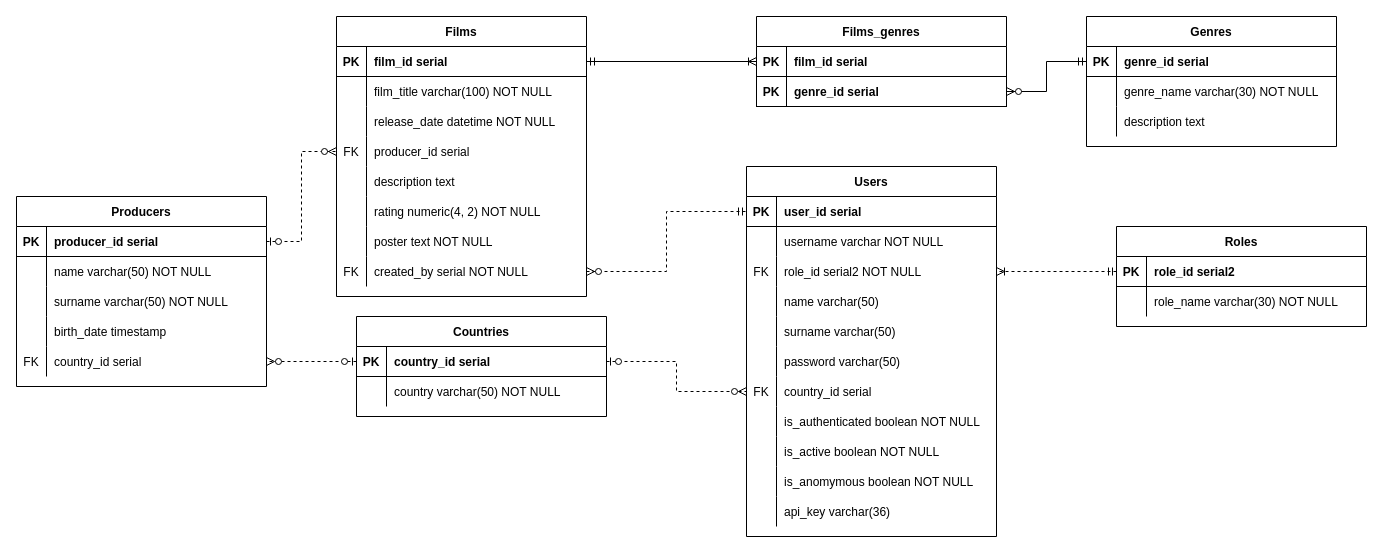
The draw.io diagram er diagram.drawio in ricci5791/python-final-project, before the edit. Source tidied: cells renumbered, new cells numbered last; positions are measured from the earlier drawing's top-left corner, leaving out a move shared by most shapes. Both pictures are drawn from the tidied source at 100%, with x=0, y=0 at pixel (16, 16).
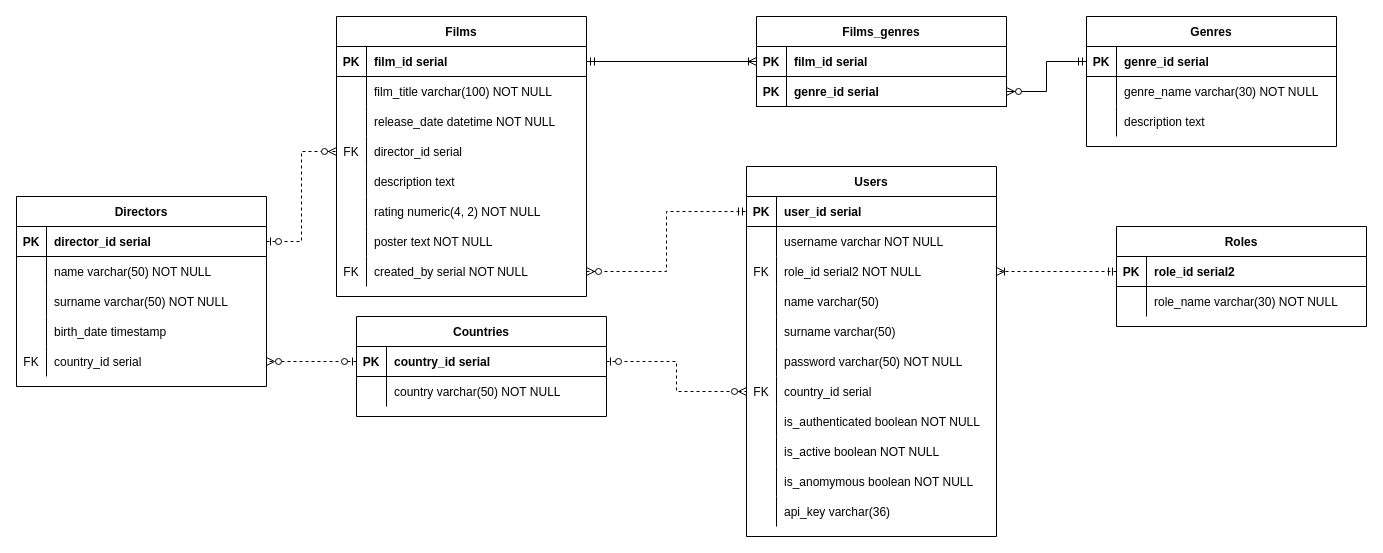
The same diagram, later.

Commit message:
renamed 'Producers' table to a 'Directors'

Unchanged cells that the change refers to:
```xml
<mxCell id="18" style="shape=partialRectangle;fillColor=none;top=0;left=0;right=0;bottom=0;" parent="2" vertex="1">
  <mxGeometry y="180" width="250" height="30" as="geometry" />
</mxCell>
<mxCell id="44" style="shape=partialRectangle;fillColor=none;points=[[0,0.5],[1,0.5]];portConstraint=eastwest;top=0;left=0;right=0;bottom=1;" parent="43" vertex="1">
  <mxGeometry y="30" width="250" height="30" as="geometry" />
</mxCell>
<mxCell id="69" style="shape=partialRectangle;fillColor=none;points=[[0,0.5],[1,0.5]];portConstraint=eastwest;top=0;left=0;right=0;bottom=0;" parent="59" vertex="1">
  <mxGeometry y="120" width="250" height="30" as="geometry" />
</mxCell>
```

The edit, as a diff of the source:
```diff
@@
-    <mxCell id="20" value="password varchar(50)" style="shape=partialRectangle;overflow=hidden;fillColor=none;top=0;left=0;bottom=0;right=0;align=left;spacingLeft=6;horizontal=1;" parent="18" vertex="1">
+    <mxCell id="20" value="password varchar(50) NOT NULL" style="shape=partialRectangle;overflow=hidden;fillColor=none;top=0;left=0;bottom=0;right=0;align=left;spacingLeft=6;horizontal=1;" parent="18" vertex="1">
       <mxGeometry x="30" width="220" height="30" as="geometry" />
     </mxCell>
@@
-    <mxCell id="43" value="Producers" style="shape=table;startSize=30;childLayout=tableLayout;rowLines=0;fontStyle=1;align=center;" parent="1" vertex="1">
+    <mxCell id="43" value="Directors" style="shape=table;startSize=30;childLayout=tableLayout;rowLines=0;fontStyle=1;align=center;" parent="1" vertex="1">
       <mxGeometry y="180" width="250" height="190" as="geometry" />
     </mxCell>
@@
-    <mxCell id="46" value="producer_id serial" style="shape=partialRectangle;overflow=hidden;fillColor=none;top=0;left=0;bottom=0;right=0;align=left;spacingLeft=6;fontStyle=1;" parent="44" vertex="1">
+    <mxCell id="46" value="director_id serial" style="shape=partialRectangle;overflow=hidden;fillColor=none;top=0;left=0;bottom=0;right=0;align=left;spacingLeft=6;fontStyle=1;" parent="44" vertex="1">
       <mxGeometry x="30" width="220" height="30" as="geometry" />
     </mxCell>
@@
-    <mxCell id="71" value="producer_id serial" style="shape=partialRectangle;overflow=hidden;fillColor=none;top=0;left=0;bottom=0;right=0;align=left;spacingLeft=6;horizontal=1;" parent="69" vertex="1">
+    <mxCell id="71" value="director_id serial" style="shape=partialRectangle;overflow=hidden;fillColor=none;top=0;left=0;bottom=0;right=0;align=left;spacingLeft=6;horizontal=1;" parent="69" vertex="1">
       <mxGeometry x="30" width="220" height="30" as="geometry" />
     </mxCell>
```
